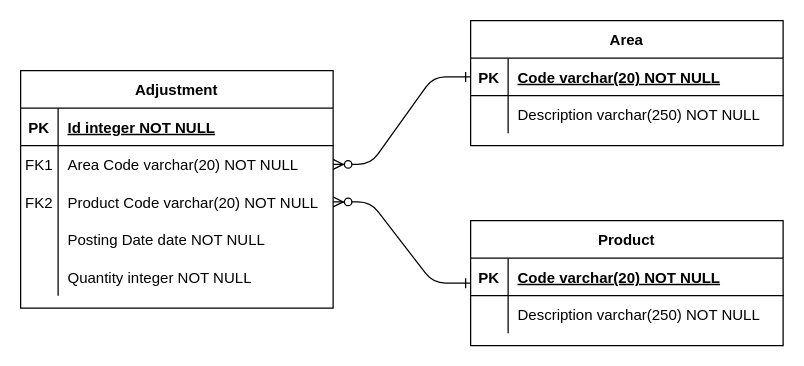
Earlier version of the draw.io diagram DatabaseDesign/erm_basic.drawio (FalkoGebel/InventoryManagementTool). Source tidied: cells renumbered, new cells numbered last; positions are measured from the earlier drawing's top-left corner, leaving out a move shared by most shapes. Both pictures are drawn from the tidied source at 125%, with x=0, y=0 at pixel (20, 20).
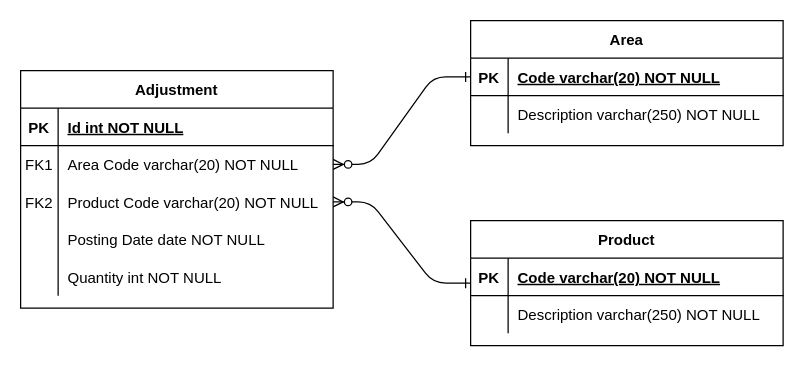
The same page after the edit.

The change refers to these unchanged cells:
```xml
<mxCell id="11" style="shape=partialRectangle;fillColor=none;top=0;left=0;right=0;bottom=1;" parent="10" vertex="1">
  <mxGeometry y="30" width="250" height="30" as="geometry" />
</mxCell>
<mxCell id="23" style="shape=partialRectangle;fillColor=none;top=0;left=0;right=0;bottom=0;" parent="10" vertex="1">
  <mxGeometry y="150" width="250" height="30" as="geometry" />
</mxCell>
```

The edit, as a diff of the source:
```diff
@@
-    <mxCell id="13" value="Id integer NOT NULL" style="shape=partialRectangle;overflow=hidden;fillColor=none;top=0;left=0;bottom=0;right=0;align=left;spacingLeft=6;fontStyle=5;" parent="11" vertex="1">
+    <mxCell id="13" value="Id int NOT NULL" style="shape=partialRectangle;overflow=hidden;fillColor=none;top=0;left=0;bottom=0;right=0;align=left;spacingLeft=6;fontStyle=5;" parent="11" vertex="1">
       <mxGeometry x="30" width="220" height="30" as="geometry" />
     </mxCell>
@@
-    <mxCell id="25" value="Quantity integer NOT NULL" style="shape=partialRectangle;overflow=hidden;fillColor=none;top=0;left=0;bottom=0;right=0;align=left;spacingLeft=6;" parent="23" vertex="1">
+    <mxCell id="25" value="Quantity int NOT NULL" style="shape=partialRectangle;overflow=hidden;fillColor=none;top=0;left=0;bottom=0;right=0;align=left;spacingLeft=6;" parent="23" vertex="1">
       <mxGeometry x="30" width="220" height="30" as="geometry" />
     </mxCell>
```
